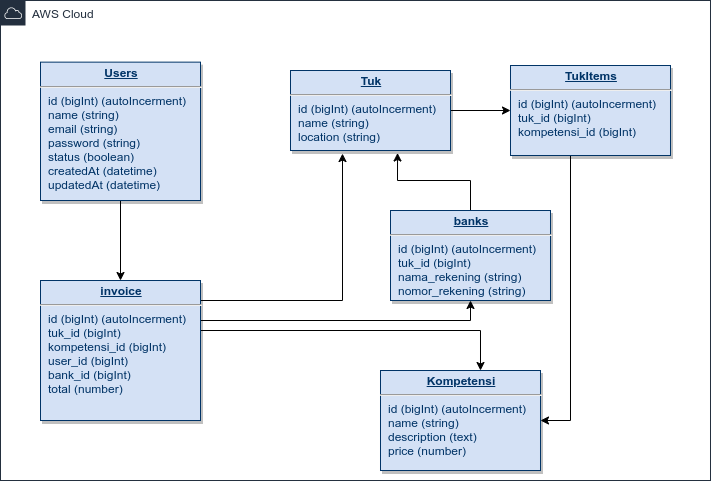
awankelana/vip-db keeps this draw.io diagram as db.png. Above is the earlier version. Source tidied: cells renumbered, new cells last; positions are measured from the earlier drawing's top-left corner, leaving out a move shared by most shapes.
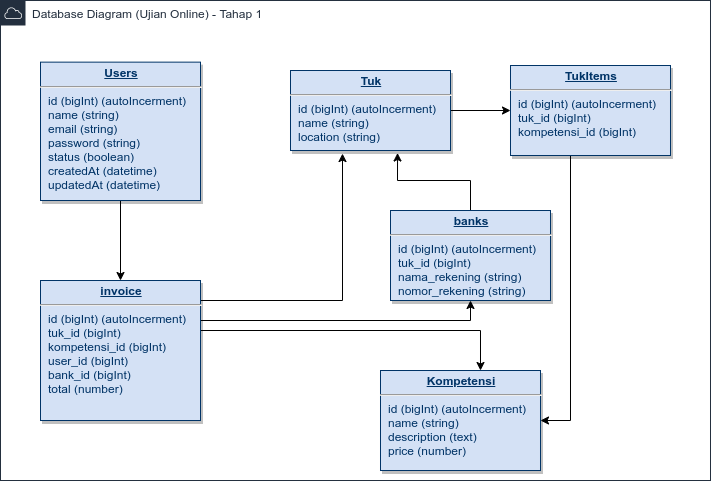
Above is the later version.

What changed in the source:
```diff
@@ -2,7 +2,7 @@
   <root>
     <mxCell id="0" />
     <mxCell id="1" parent="0" />
-    <mxCell id="2" value="AWS Cloud" style="gradientColor=none;html=1;whiteSpace=wrap;fontSize=12;fontStyle=0;shape=mxgraph.aws4.group;grIcon=mxgraph.aws4.group_aws_cloud;strokeColor=#232F3E;fillColor=none;verticalAlign=top;align=left;spacingLeft=30;fontColor=#232F3E;dashed=0;" parent="1" vertex="1">
+    <mxCell id="2" value="Database Diagram (Ujian Online) - Tahap 1" style="gradientColor=none;html=1;whiteSpace=wrap;fontSize=12;fontStyle=0;shape=mxgraph.aws4.group;grIcon=mxgraph.aws4.group_aws_cloud;strokeColor=#232F3E;fillColor=none;verticalAlign=top;align=left;spacingLeft=30;fontColor=#232F3E;dashed=0;" parent="1" vertex="1">
       <mxGeometry width="710" height="480" as="geometry" />
     </mxCell>
     <mxCell id="3" style="edgeStyle=orthogonalEdgeStyle;rounded=0;jettySize=auto;html=1;entryX=0;entryY=0.5;entryDx=0;entryDy=0;" parent="1" edge="1" source="4" target="13">
```
